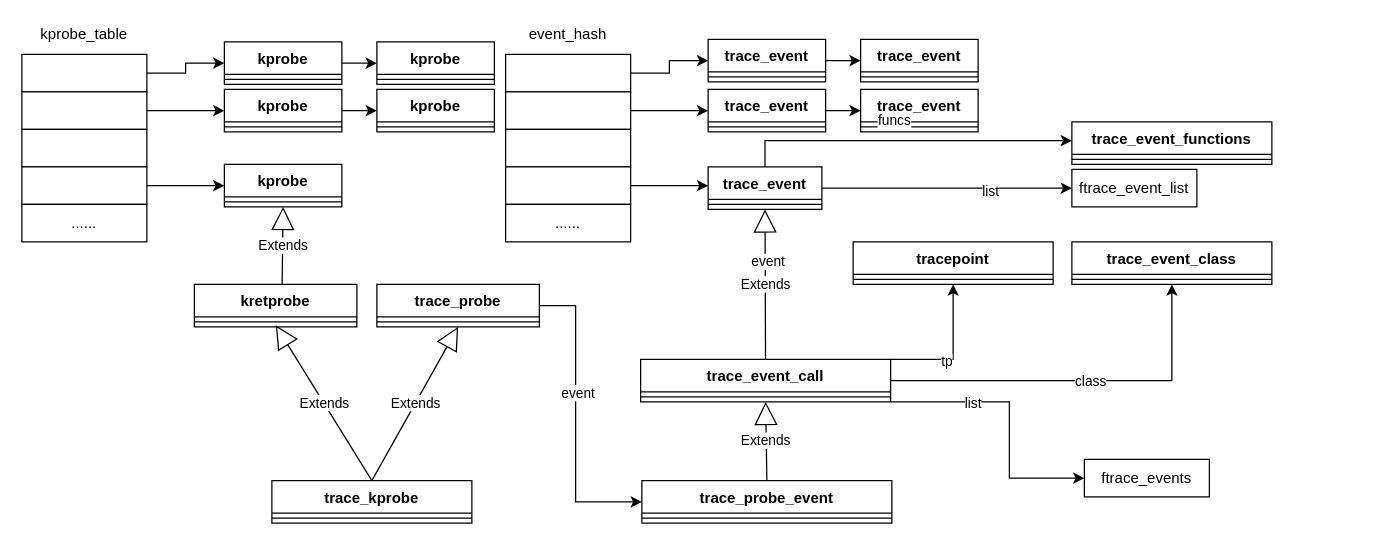
Before: trace.drawio in jasonactions/graph, a draw.io diagram. Source tidied: cells renumbered, new cells numbered last; positions are measured from the earlier drawing's top-left corner, leaving out a move shared by most shapes. Both pictures are drawn from the tidied source at 125%, with x=0, y=0 at pixel (21, 21).
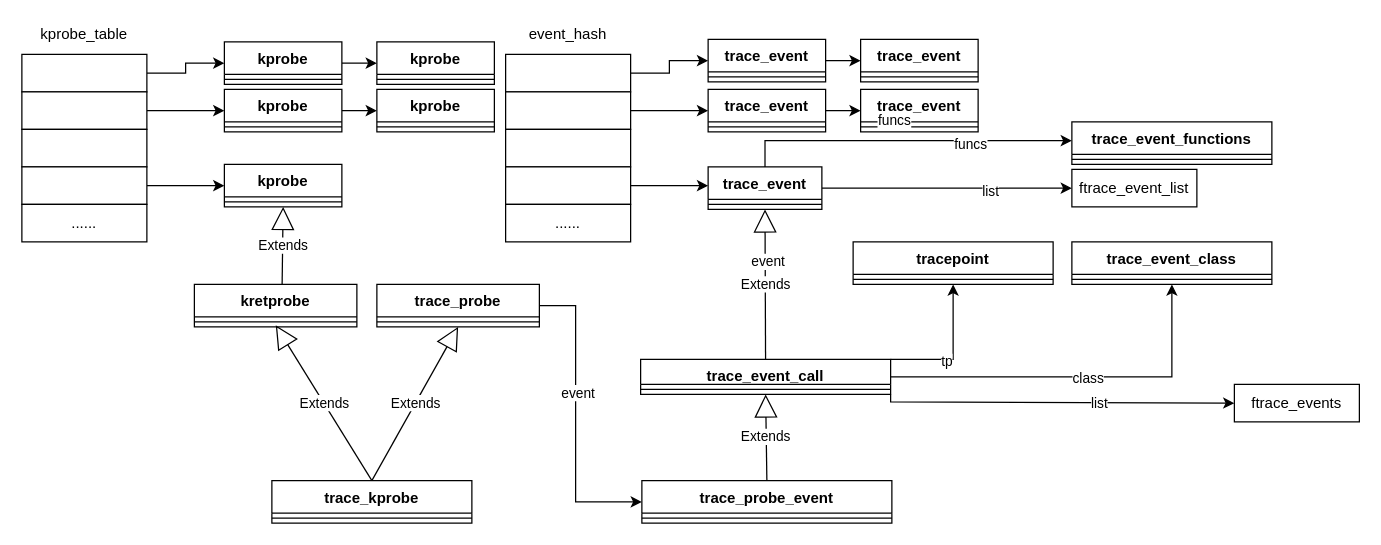
The same page after the edit.

Unchanged cells that the change refers to:
```xml
<mxCell id="65" style="edgeStyle=orthogonalEdgeStyle;rounded=0;jettySize=auto;html=1;entryX=0;entryY=0.5;entryDx=0;entryDy=0;exitX=0.5;exitY=0;exitDx=0;exitDy=0;" parent="1" edge="1" source="21">
  <mxGeometry relative="1" as="geometry">
    <mxPoint x="840" y="95" as="targetPoint" />
    <Array as="points">
      <mxPoint x="595" y="95" />
    </Array>
  </mxGeometry>
</mxCell>
```

What changed in the source:
```diff
@@
-    <mxCell id="10" value="trace_event_call" style="swimlane;fontStyle=1;align=center;verticalAlign=top;horizontal=1;startSize=26;" parent="1" vertex="1">
-      <mxGeometry x="495" y="270" width="200" height="34" as="geometry" />
+    <mxCell id="10" value="trace_event_call" style="swimlane;fontStyle=1;align=center;verticalAlign=top;horizontal=1;startSize=20;" parent="1" vertex="1">
+      <mxGeometry x="495" y="270" width="200" height="28" as="geometry" />
     </mxCell>
     <mxCell id="11" style="line;strokeWidth=1;fillColor=none;align=left;verticalAlign=middle;spacingTop=-1;spacingLeft=3;spacingRight=3;labelPosition=right;" parent="10" vertex="1">
-      <mxGeometry y="26" width="200" height="8" as="geometry" />
+      <mxGeometry y="20" width="200" height="8" as="geometry" />
     </mxCell>
@@
+    <mxCell id="80" value="funcs" style="edgeLabel;html=1;align=center;verticalAlign=middle;" parent="65" vertex="1">
+      <mxGeometry x="0.38" y="-2" relative="1" as="geometry">
+        <mxPoint x="1" as="offset" />
+      </mxGeometry>
+    </mxCell>
@@
     <mxCell id="77" value="ftrace_events" style="rounded=0;whiteSpace=wrap;html=1;" parent="1" vertex="1">
-      <mxGeometry x="850" y="350" width="100" height="30" as="geometry" />
+      <mxGeometry x="970" y="290" width="100" height="30" as="geometry" />
     </mxCell>
     <mxCell id="78" style="edgeStyle=orthogonalEdgeStyle;rounded=0;jettySize=auto;html=1;exitX=1;exitY=1;exitDx=0;exitDy=0;entryX=0;entryY=0.5;entryDx=0;entryDy=0;" parent="1" edge="1" source="10" target="77">
       <mxGeometry relative="1" as="geometry">
         <Array as="points">
-          <mxPoint x="790" y="304" />
-          <mxPoint x="790" y="365" />
+          <mxPoint x="970" y="304" />
         </Array>
       </mxGeometry>
     </mxCell>
     <mxCell id="79" value="list" style="edgeLabel;html=1;align=center;verticalAlign=middle;" parent="78" vertex="1">
       <mxGeometry x="0.34" y="-2" relative="1" as="geometry">
-        <mxPoint x="-28" y="-50" as="offset" />
+        <mxPoint x="-15" y="-2" as="offset" />
       </mxGeometry>
     </mxCell>
```
